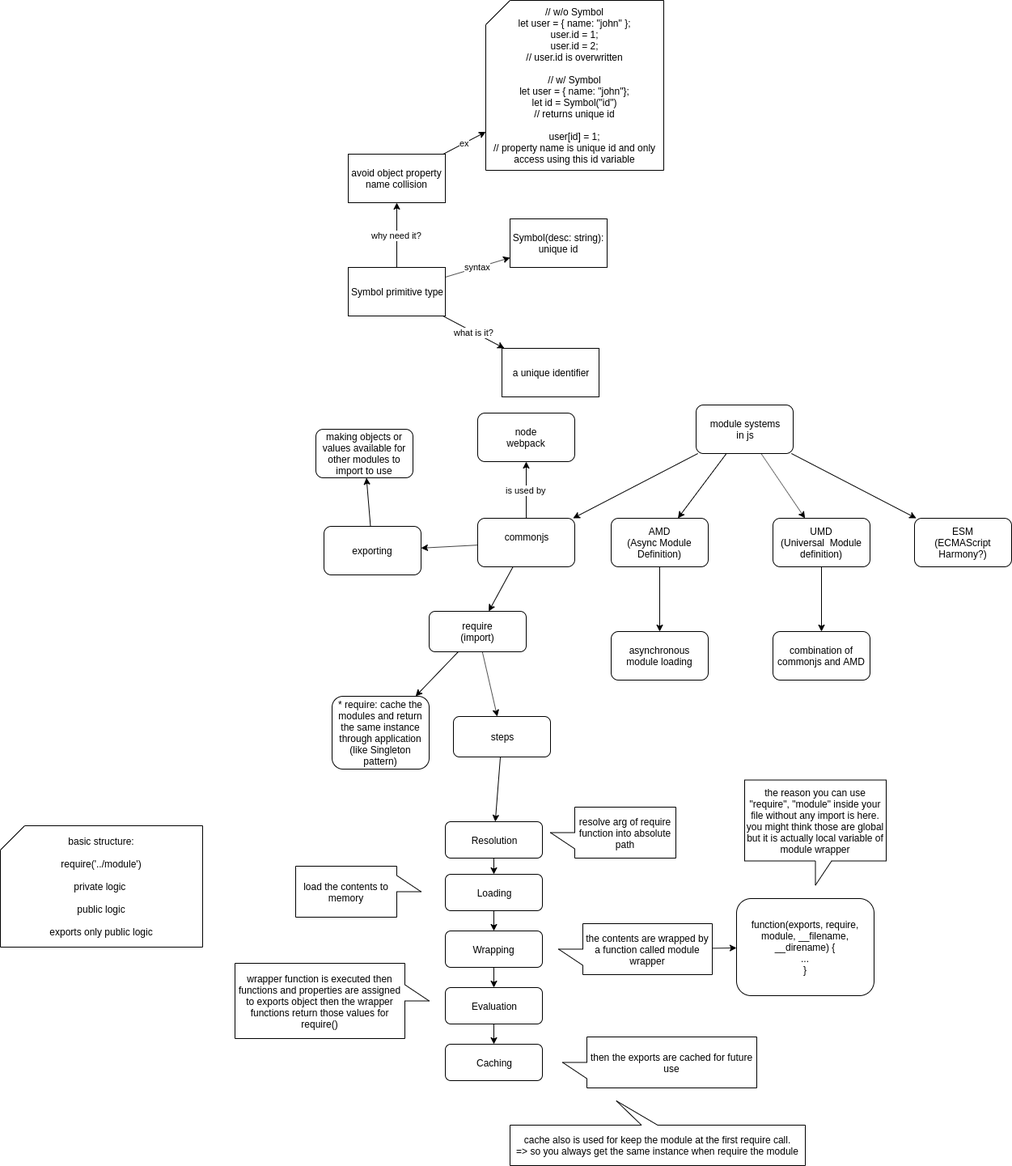
stsiwo/js_concept keeps this draw.io diagram as commonjs.png. Above is the earlier version. Source tidied: cells renumbered, new cells last; positions are measured from the earlier drawing's top-left corner, leaving out a move shared by most shapes.
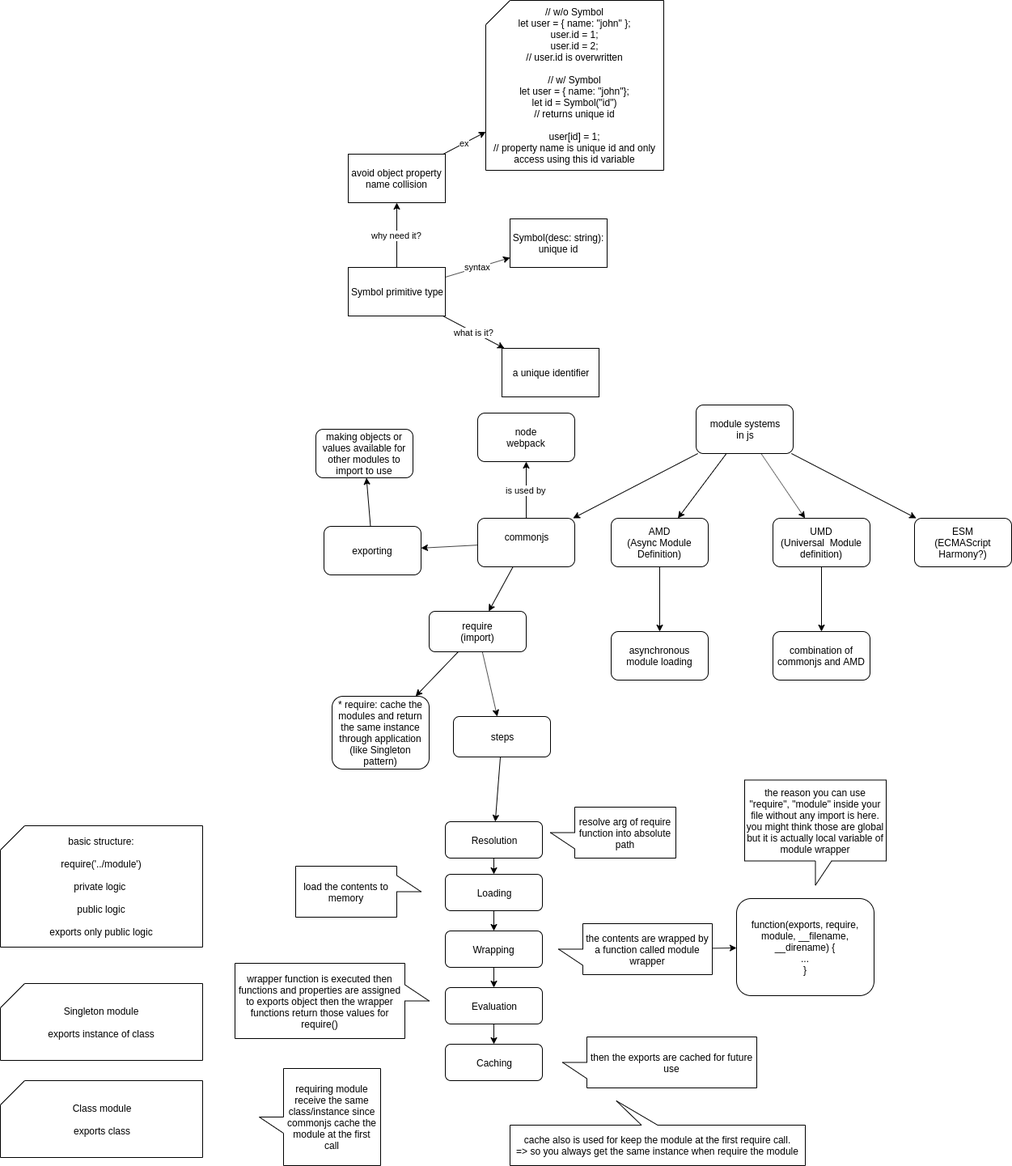
After the change.

Change to the diagram source:
```diff
@@ -164,5 +164,14 @@
     <mxCell id="55" value="basic structure:&lt;br&gt;&lt;br&gt;require('../module')&lt;br&gt;&lt;br&gt;private logic&amp;nbsp;&lt;br&gt;&lt;br&gt;public logic&lt;br&gt;&lt;br&gt;exports only public logic" style="shape=card;whiteSpace=wrap;html=1;" parent="1" vertex="1">
       <mxGeometry y="1020" width="250" height="150" as="geometry" />
     </mxCell>
+    <mxCell id="56" value="Singleton module&lt;br&gt;&lt;br&gt;exports instance of class" style="shape=card;whiteSpace=wrap;html=1;" parent="1" vertex="1">
+      <mxGeometry y="1215" width="250" height="95" as="geometry" />
+    </mxCell>
+    <mxCell id="57" value="Class module&lt;br&gt;&lt;br&gt;exports class" style="shape=card;whiteSpace=wrap;html=1;" parent="1" vertex="1">
+      <mxGeometry y="1335" width="250" height="95" as="geometry" />
+    </mxCell>
+    <mxCell id="58" value="requiring module receive the same class/instance since commonjs cache the module at the first call" style="shape=callout;whiteSpace=wrap;html=1;perimeter=calloutPerimeter;direction=south;" parent="1" vertex="1">
+      <mxGeometry x="320" y="1320" width="150" height="120" as="geometry" />
+    </mxCell>
   </root>
 </mxGraphModel>
```
